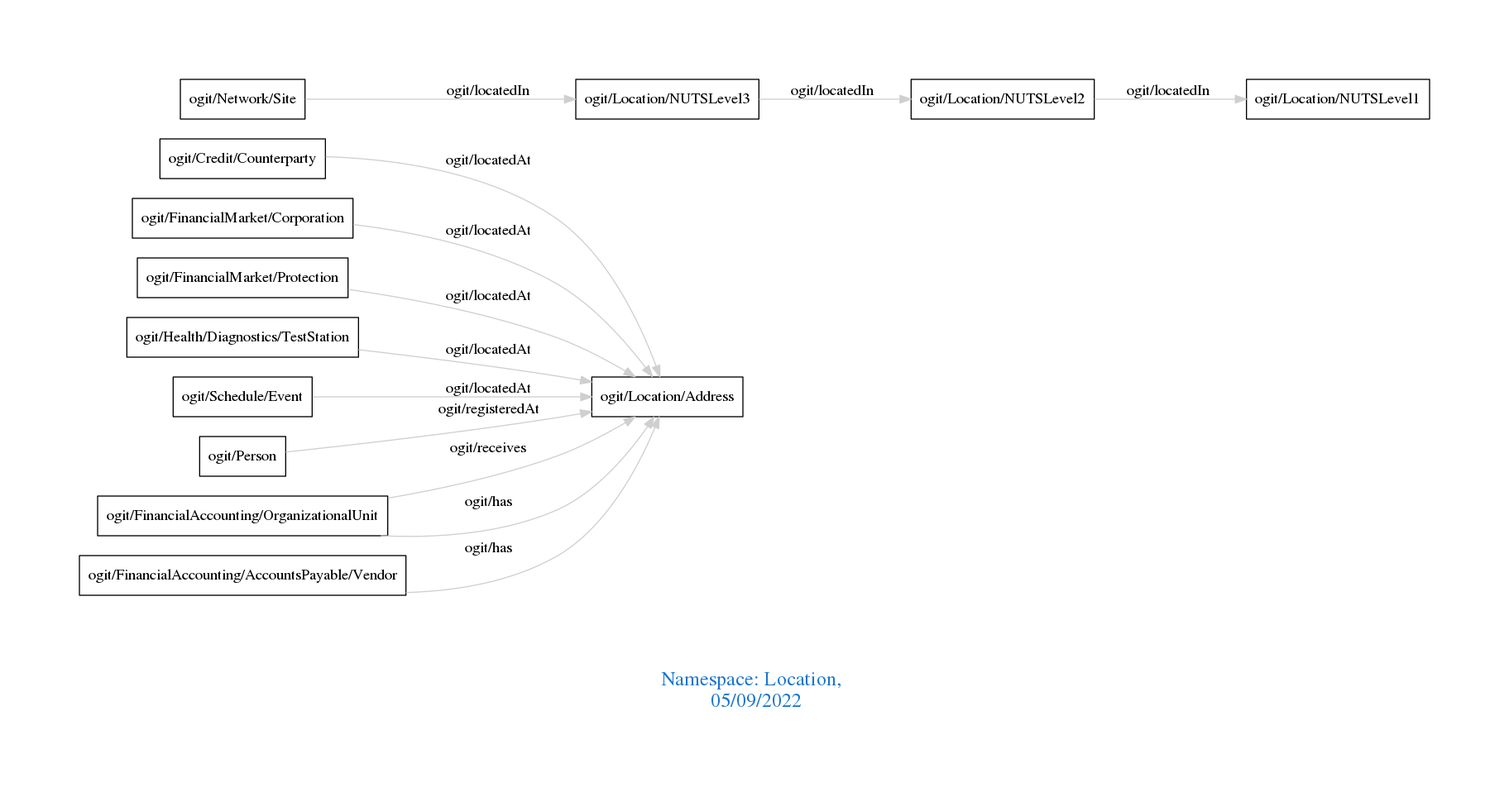
Earlier version of the Graphviz export downloads/Location.png (arago/OGIT). Its source is kept beside it as downloads/Location.dot.
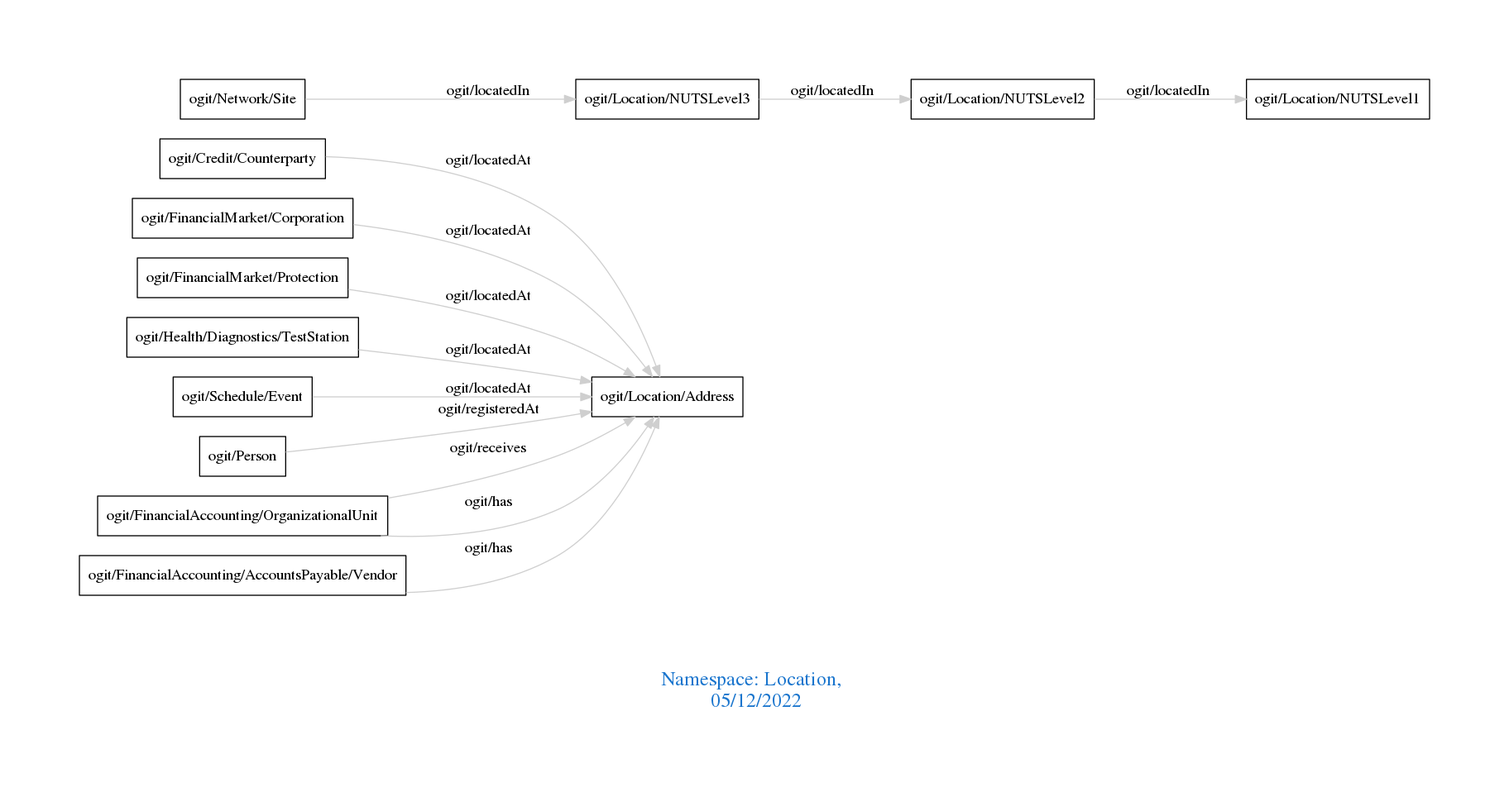
Above is the later version.

The edit, as a diff of the source:
```diff
@@ -1,7 +1,7 @@
 digraph OGIT_ontology {
  graph [ rankdir= LR,pad=1
 fontsize = 18,
-fontcolor= dodgerblue3,label = "\n\n\nNamespace: Location, \n 05/09/2022"];
+fontcolor= dodgerblue3,label = "\n\n\nNamespace: Location, \n 05/12/2022"];
 node[shape=polygon];
 edge [  color="gray81"];
 
```
